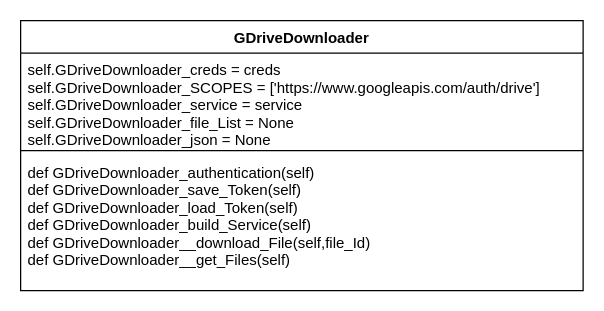
This is Docs/Design/draw.io/google.drawio from Captain-Cybeard/Capstone_Project, a draw.io file, before an edit. Source tidied: cells renumbered, new cells numbered last; positions are measured from the earlier drawing's top-left corner, leaving out a move shared by most shapes. Both pictures are drawn from the tidied source at 125%, with x=0, y=0 at pixel (20, 20).
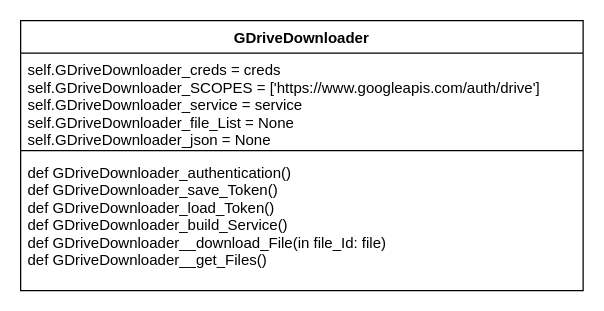
Above is the later version.

Diff of the diagram source:
```diff
@@
 <mxGraphModel>
   <root>
     <mxCell id="0" />
     <mxCell id="1" parent="0" />
     <mxCell id="2" value="GDriveDownloader" style="swimlane;fontStyle=1;align=center;verticalAlign=top;horizontal=1;startSize=26;" parent="1" vertex="1">
       <mxGeometry width="450" height="216" as="geometry" />
     </mxCell>
     <mxCell id="3" value="self.GDriveDownloader_creds = creds&#10;self.GDriveDownloader_SCOPES = ['https://www.googleapis.com/auth/drive']&#10;self.GDriveDownloader_service = service&#10;self.GDriveDownloader_file_List = None&#10;self.GDriveDownloader_json = None&#10;" style="text;strokeColor=none;fillColor=none;align=left;verticalAlign=top;spacingLeft=4;spacingRight=4;overflow=hidden;" parent="2" vertex="1">
       <mxGeometry y="26" width="450" height="74" as="geometry" />
     </mxCell>
     <mxCell id="4" style="line;strokeWidth=1;fillColor=none;align=left;verticalAlign=middle;spacingTop=-1;spacingLeft=3;spacingRight=3;labelPosition=right;" parent="2" vertex="1">
       <mxGeometry y="100" width="450" height="8" as="geometry" />
     </mxCell>
-    <mxCell id="5" value="def GDriveDownloader_authentication(self)&#10;def GDriveDownloader_save_Token(self)&#10;def GDriveDownloader_load_Token(self)&#10;def GDriveDownloader_build_Service(self)&#10;def GDriveDownloader__download_File(self,file_Id)&#10;def GDriveDownloader__get_Files(self)" style="text;strokeColor=none;fillColor=none;align=left;verticalAlign=top;spacingLeft=4;spacingRight=4;overflow=hidden;" parent="2" vertex="1">
+    <mxCell id="5" value="def GDriveDownloader_authentication()&#10;def GDriveDownloader_save_Token()&#10;def GDriveDownloader_load_Token()&#10;def GDriveDownloader_build_Service()&#10;def GDriveDownloader__download_File(in file_Id: file)&#10;def GDriveDownloader__get_Files()" style="text;strokeColor=none;fillColor=none;align=left;verticalAlign=top;spacingLeft=4;spacingRight=4;overflow=hidden;" parent="2" vertex="1">
       <mxGeometry y="108" width="450" height="108" as="geometry" />
     </mxCell>
   </root>
 </mxGraphModel>
```
